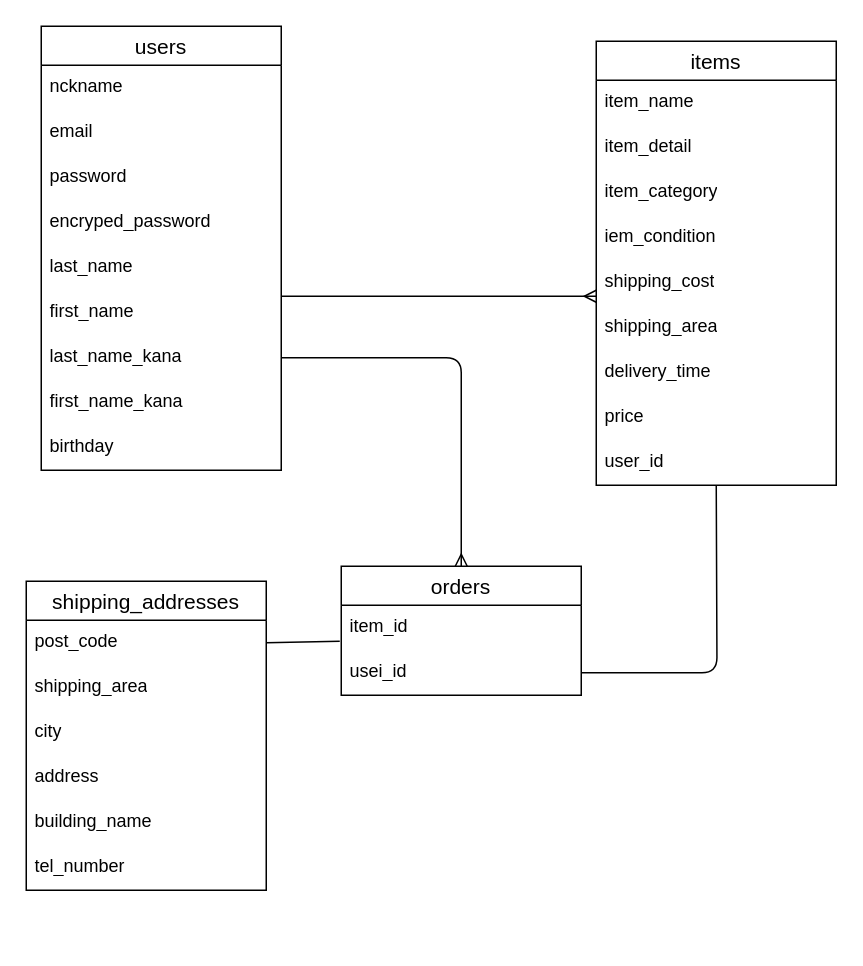
mayumishibata-div/furima-1111 keeps this draw.io diagram as furima.dio. Above is the earlier version. Source tidied: cells renumbered, new cells numbered last; positions are measured from the earlier drawing's top-left corner, leaving out a move shared by most shapes. Both pictures are drawn from the tidied source at 150%, with x=0, y=0 at pixel (26, 26).
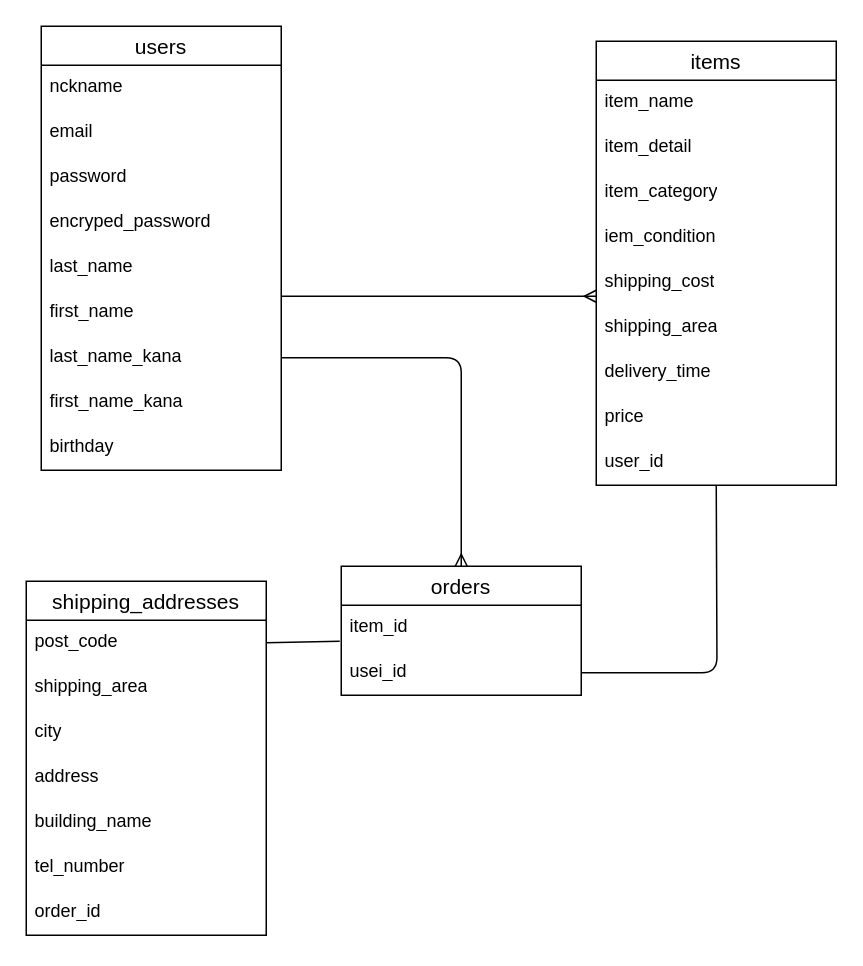
The same page after the edit.

Commit message (it also covers changes not shown here):
orderの外部キーを追加

Change to the diagram source:
```diff
@@
     <mxCell id="22" value="shipping_addresses" style="swimlane;fontStyle=0;horizontal=1;startSize=26;align=center;fontSize=14;" parent="1" vertex="1">
-      <mxGeometry y="370" width="160" height="206" as="geometry" />
+      <mxGeometry y="370" width="160" height="236" as="geometry" />
     </mxCell>
@@
+    <mxCell id="36" value="order_id" style="text;strokeColor=none;fillColor=none;spacingLeft=4;spacingRight=4;overflow=hidden;fontSize=12;whiteSpace=wrap;html=1;" parent="22" vertex="1">
+      <mxGeometry y="206" width="160" height="30" as="geometry" />
+    </mxCell>
```
